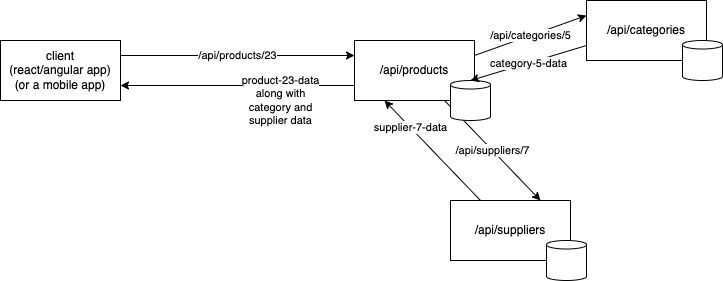
The draw.io diagram 2023-07-10/services.dio.png in vinod-kayartaya/EDGEVERVE-MAVEN-SPRING-MAY-2023, before a commit. Source tidied: cells renumbered, new cells last; positions are measured from the earlier drawing's top-left corner, leaving out a move shared by most shapes.
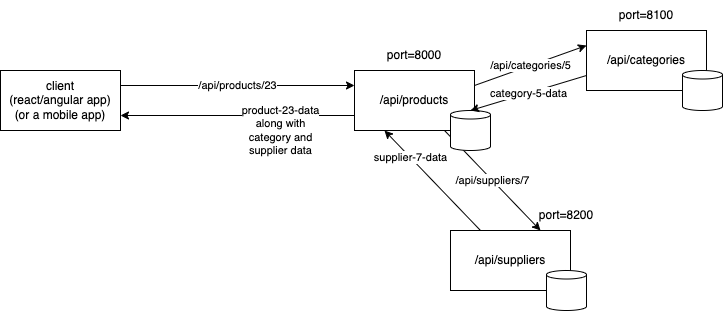
After the commit.

The edit, as a diff of the source:
```diff
@@ -44,5 +44,14 @@
     <mxCell id="15" style="shape=cylinder3;whiteSpace=wrap;html=1;boundedLbl=1;backgroundOutline=1;size=4.2526092529296875;" parent="1" vertex="1">
       <mxGeometry x="546" y="240" width="40" height="40" as="geometry" />
     </mxCell>
+    <mxCell id="16" value="port=8000" style="text;html=1;strokeColor=none;fillColor=none;align=center;verticalAlign=middle;whiteSpace=wrap;rounded=0;" parent="1" vertex="1">
+      <mxGeometry x="384" y="10" width="60" height="30" as="geometry" />
+    </mxCell>
+    <mxCell id="17" value="port=8100" style="text;html=1;strokeColor=none;fillColor=none;align=center;verticalAlign=middle;whiteSpace=wrap;rounded=0;" parent="1" vertex="1">
+      <mxGeometry x="616" y="-30" width="60" height="30" as="geometry" />
+    </mxCell>
+    <mxCell id="18" value="port=8200" style="text;html=1;strokeColor=none;fillColor=none;align=center;verticalAlign=middle;whiteSpace=wrap;rounded=0;" parent="1" vertex="1">
+      <mxGeometry x="536" y="170" width="60" height="30" as="geometry" />
+    </mxCell>
   </root>
 </mxGraphModel>
```
